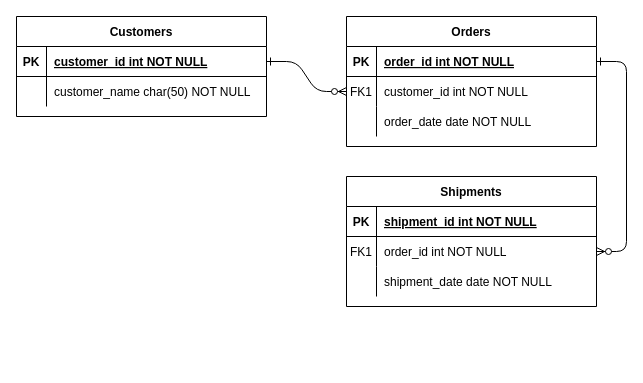
hdeumpty/hdeumpty keeps this draw.io diagram as Untitled Diagram.drawio. Above is the earlier version. Source tidied: cells renumbered, new cells numbered last; positions are measured from the earlier drawing's top-left corner, leaving out a move shared by most shapes. Both pictures are drawn from the tidied source at 100%, with x=0, y=0 at pixel (16, 16).
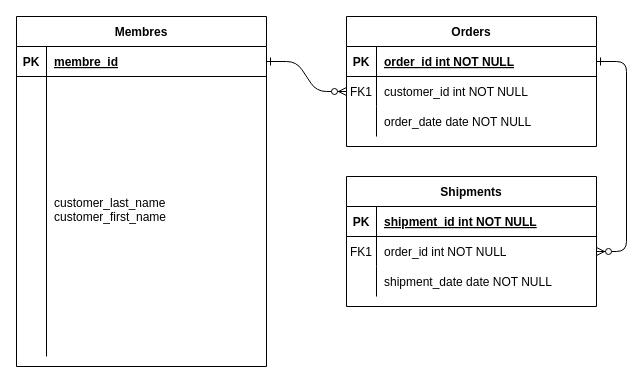
The same page after the edit.

The change refers to these unchanged cells:
```xml
<mxCell id="25" style="shape=partialRectangle;fillColor=none;points=[[0,0.5],[1,0.5]];portConstraint=eastwest;top=0;left=0;right=0;bottom=1;" parent="24" vertex="1">
  <mxGeometry y="30" width="250" height="30" as="geometry" />
</mxCell>
```

Change to the diagram source:
```diff
@@
-<mxGraphModel>
+<mxGraphModel background="#FFFFFF">
@@
-    <mxCell id="24" value="Customers" style="shape=table;startSize=30;childLayout=tableLayout;rowLines=0;fontStyle=1;align=center;" parent="1" vertex="1">
-      <mxGeometry width="250" height="100" as="geometry" />
+    <mxCell id="24" value="Membres" style="shape=table;startSize=30;childLayout=tableLayout;rowLines=0;fontStyle=1;align=center;" parent="1" vertex="1">
+      <mxGeometry width="250" height="350" as="geometry" />
     </mxCell>
@@
-    <mxCell id="27" value="customer_id int NOT NULL " style="shape=partialRectangle;overflow=hidden;fillColor=none;top=0;left=0;bottom=0;right=0;align=left;spacingLeft=6;fontStyle=5;" parent="25" vertex="1">
+    <mxCell id="27" value="membre_id" style="shape=partialRectangle;overflow=hidden;fillColor=none;top=0;left=0;bottom=0;right=0;align=left;spacingLeft=6;fontStyle=5;" parent="25" vertex="1">
       <mxGeometry x="30" width="220" height="30" as="geometry" />
     </mxCell>
     <mxCell id="28" style="shape=partialRectangle;fillColor=none;top=0;left=0;right=0;bottom=0;" parent="24" vertex="1">
-      <mxGeometry y="60" width="250" height="30" as="geometry" />
+      <mxGeometry y="60" width="250" height="280" as="geometry" />
     </mxCell>
     <mxCell id="29" style="shape=partialRectangle;overflow=hidden;fillColor=none;top=0;left=0;bottom=0;right=0;" parent="28" vertex="1">
-      <mxGeometry width="30" height="30" as="geometry" />
+      <mxGeometry width="30" height="280" as="geometry" />
     </mxCell>
-    <mxCell id="30" value="customer_name char(50) NOT NULL" style="shape=partialRectangle;overflow=hidden;fillColor=none;top=0;left=0;bottom=0;right=0;align=left;spacingLeft=6;" parent="28" vertex="1">
-      <mxGeometry x="30" width="220" height="30" as="geometry" />
+    <mxCell id="30" value="customer_last_name&#10;customer_first_name&#10;" style="shape=partialRectangle;overflow=hidden;fillColor=none;top=0;left=0;bottom=0;right=0;align=left;spacingLeft=6;" parent="28" vertex="1">
+      <mxGeometry x="30" width="220" height="280" as="geometry" />
     </mxCell>
```
